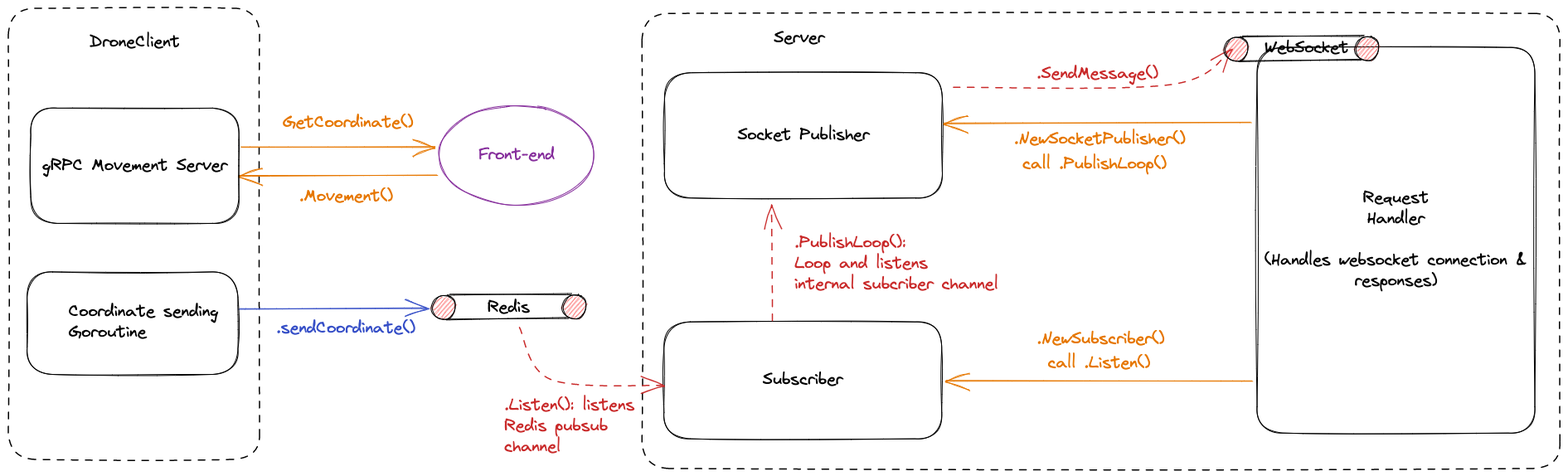
jasonkwh/droneshield-test keeps this Excalidraw diagram as doc/images/architecture.excalidraw.png. Above is the earlier version. Source tidied: one line per element, renumbered; positions are measured from the earlier drawing's top-left corner, leaving out a move shared by most shapes.
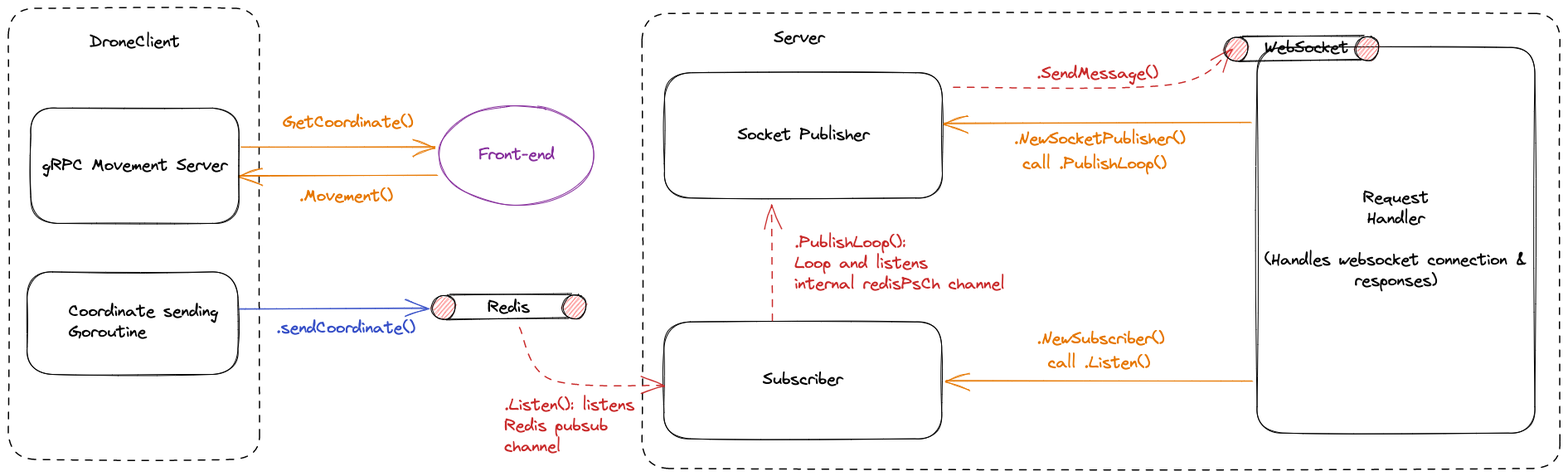
After the commit.

Commit message:
update architecture diagram 2

Change to the diagram source:
```diff
@@ -33,7 +33,7 @@
 {"id": 32, "type": "line", "strokeColor": "#000000", "backgroundColor": "#fa5252", "fillStyle": "hachure", "strokeWidth": 1, "roughness": 1, "round": true, "x": 1485, "y": 64, "width": 146, "height": 3, "points": [[0, 0], [146, -3]]}
 {"id": 33, "type": "ellipse", "strokeColor": "#000000", "backgroundColor": "#fa5252", "fillStyle": "hachure", "strokeWidth": 1, "roughness": 1, "round": true, "x": 1624, "y": 34, "width": 29, "height": 30}
 {"id": 34, "type": "text", "text": "WebSocket", "strokeColor": "#000000", "strokeWidth": 1, "strokeStyle": "dashed", "roughness": 1, "fontSize": 20, "fontFamily": 1, "x": 1515, "y": 35, "width": 101, "height": 25}
-{"id": 35, "type": "text", "text": ".PublishLoop():\nLoop and listens\ninternal subcriber channel", "strokeColor": "#c92a2a", "strokeWidth": 1, "roughness": 1, "fontSize": 20, "fontFamily": 1, "x": 948, "y": 270, "width": 246, "height": 75}
+{"id": 35, "type": "text", "text": ".PublishLoop():\nLoop and listens\ninternal redisPsCh channel", "strokeColor": "#c92a2a", "strokeWidth": 1, "roughness": 1, "fontSize": 20, "fontFamily": 1, "x": 948, "y": 270, "width": 254, "height": 75}
 {"id": 36, "type": "text", "text": ".Listen(): listens\nRedis pubsub \nchannel", "strokeColor": "#c92a2a", "strokeWidth": 1, "roughness": 1, "fontSize": 20, "fontFamily": 1, "x": 598, "y": 466, "width": 157, "height": 75}
 {"id": 37, "type": "arrow", "strokeColor": "#e67700", "strokeWidth": 1, "roughness": 1, "endArrowhead": "arrow", "round": true, "from": 39, "to": 12, "x": 281, "y": 167, "width": 233, "height": 1, "points": [[0, 0], [233, 1]]}
 {"id": 38, "type": "text", "text": "GetCoordinate()", "strokeColor": "#e67700", "strokeWidth": 1, "roughness": 1, "fontSize": 20, "fontFamily": 1, "x": 331, "y": 125, "width": 157, "height": 25}
```
